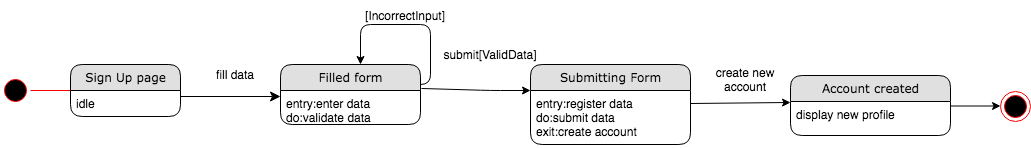
Before: Diagrams/State Chart Diagrams/ST_26 CREATE PERSONAL ACCOUNT.png, a diagram exported from draw.io (kkasharaj17/SE-project). Source tidied: cells renumbered, new cells last; positions are measured from the earlier drawing's top-left corner, leaving out a move shared by most shapes. Its diagram source:
```xml
<mxGraphModel background="#ffffff">
  <root>
    <mxCell id="0" />
    <mxCell id="1" parent="0" />
    <mxCell id="2" style="edgeStyle=orthogonalEdgeStyle;html=1;labelBackgroundColor=none;startFill=0;startSize=8;endFill=1;endSize=8;fontFamily=Verdana;fontSize=12;exitX=1;exitY=0.5;" parent="1" edge="1">
      <mxGeometry relative="1" as="geometry">
        <mxPoint x="180" y="96" as="sourcePoint" />
        <mxPoint x="280" y="96" as="targetPoint" />
      </mxGeometry>
    </mxCell>
    <mxCell id="3" value="[IncorrectInput]" style="text;html=1;strokeColor=none;fillColor=none;align=center;verticalAlign=middle;whiteSpace=wrap;rounded=0;" parent="1" vertex="1">
      <mxGeometry x="370" width="70" height="30" as="geometry" />
    </mxCell>
    <mxCell id="4" style="ellipse;html=1;shape=endState;fillColor=#000000;strokeColor=#ff0000;" parent="1" vertex="1">
      <mxGeometry x="1000" y="91" width="30" height="30" as="geometry" />
    </mxCell>
    <mxCell id="5" style="ellipse;html=1;shape=startState;fillColor=#000000;strokeColor=#ff0000;" parent="1" vertex="1">
      <mxGeometry y="75" width="30" height="30" as="geometry" />
    </mxCell>
    <mxCell id="6" style="edgeStyle=orthogonalEdgeStyle;html=1;verticalAlign=bottom;endArrow=open;endSize=8;strokeColor=#ff0000;" parent="1" edge="1" source="5">
      <mxGeometry relative="1" as="geometry">
        <mxPoint x="90" y="90" as="targetPoint" />
      </mxGeometry>
    </mxCell>
    <mxCell id="7" style="endArrow=classic;html=1;" parent="1" edge="1">
      <mxGeometry relative="1" as="geometry">
        <mxPoint x="944.5" y="105.5" as="sourcePoint" />
        <mxPoint x="1000" y="105.5" as="targetPoint" />
      </mxGeometry>
    </mxCell>
    <mxCell id="8" value="fill data" style="text;html=1;strokeColor=none;fillColor=none;align=center;verticalAlign=middle;whiteSpace=wrap;rounded=0;" parent="1" vertex="1">
      <mxGeometry x="180" y="64" width="110" height="20" as="geometry" />
    </mxCell>
    <mxCell id="9" style="edgeStyle=segmentEdgeStyle;endArrow=classic;html=1;" parent="1" edge="1">
      <mxGeometry relative="1" as="geometry">
        <mxPoint x="410" y="84" as="sourcePoint" />
        <mxPoint x="360" y="64" as="targetPoint" />
        <Array as="points">
          <mxPoint x="410" y="84" />
          <mxPoint x="430" y="84" />
          <mxPoint x="430" y="24" />
          <mxPoint x="360" y="24" />
        </Array>
      </mxGeometry>
    </mxCell>
    <mxCell id="10" style="endArrow=classic;html=1;exitX=1.007;exitY=-0.059;exitDx=0;exitDy=0;exitPerimeter=0;" parent="1" edge="1" source="15">
      <mxGeometry relative="1" as="geometry">
        <mxPoint x="530" y="90" as="targetPoint" />
        <Array as="points">
          <mxPoint x="490" y="90" />
        </Array>
      </mxGeometry>
    </mxCell>
    <mxCell id="11" value="Sign Up page" style="swimlane;html=1;fontStyle=0;horizontal=1;startSize=26;fillColor=#e0e0e0;swimlaneFillColor=#ffffff;align=center;rounded=1;shadow=0;comic=0;labelBackgroundColor=none;strokeWidth=1;fontFamily=Verdana;fontSize=12;" parent="1" vertex="1">
      <mxGeometry x="70" y="64" width="110" height="52" as="geometry" />
    </mxCell>
    <mxCell id="12" value="idle" style="text;html=1;strokeColor=none;fillColor=none;spacingLeft=4;spacingRight=4;whiteSpace=wrap;overflow=hidden;" parent="11" vertex="1">
      <mxGeometry y="26" width="110" height="26" as="geometry" />
    </mxCell>
    <mxCell id="13" value="submit[ValidData]" style="text;html=1;strokeColor=none;fillColor=none;align=center;verticalAlign=middle;whiteSpace=wrap;rounded=0;" parent="1" vertex="1">
      <mxGeometry x="470" y="44" width="40" height="20" as="geometry" />
    </mxCell>
    <mxCell id="14" value="Filled form" style="swimlane;html=1;fontStyle=0;horizontal=1;startSize=26;fillColor=#e0e0e0;swimlaneFillColor=#ffffff;align=center;rounded=1;shadow=0;comic=0;labelBackgroundColor=none;strokeWidth=1;fontFamily=Verdana;fontSize=12;" parent="1" vertex="1">
      <mxGeometry x="280" y="64" width="140" height="60" as="geometry" />
    </mxCell>
    <mxCell id="15" value="entry:enter data&lt;br&gt;do:validate data&lt;br&gt;" style="text;html=1;strokeColor=none;fillColor=none;spacingLeft=4;spacingRight=4;whiteSpace=wrap;overflow=hidden;points=[[0,0.5],[1,0.5]];portConstraint=eastwest;" parent="14" vertex="1">
      <mxGeometry y="26" width="140" height="34" as="geometry" />
    </mxCell>
    <mxCell id="16" value="Submitting Form" style="swimlane;html=1;fontStyle=0;horizontal=1;startSize=26;fillColor=#e0e0e0;swimlaneFillColor=#ffffff;align=center;rounded=1;shadow=0;comic=0;labelBackgroundColor=none;strokeWidth=1;fontFamily=Verdana;fontSize=12;" parent="1" vertex="1">
      <mxGeometry x="530" y="64" width="160" height="80" as="geometry" />
    </mxCell>
    <mxCell id="17" value="entry:register data&lt;br&gt;do:submit data&lt;br&gt;exit:create account" style="text;html=1;strokeColor=none;fillColor=none;spacingLeft=4;spacingRight=4;whiteSpace=wrap;overflow=hidden;" parent="16" vertex="1">
      <mxGeometry y="26" width="160" height="54" as="geometry" />
    </mxCell>
    <mxCell id="18" style="endArrow=classic;html=1;entryX=0;entryY=0.029;entryDx=0;entryDy=0;entryPerimeter=0;" parent="1" edge="1" target="21">
      <mxGeometry relative="1" as="geometry">
        <mxPoint x="690" y="103" as="sourcePoint" />
      </mxGeometry>
    </mxCell>
    <mxCell id="19" value="create new account" style="text;html=1;strokeColor=none;fillColor=none;align=center;verticalAlign=middle;whiteSpace=wrap;rounded=0;" parent="1" vertex="1">
      <mxGeometry x="710" y="64" width="70" height="30" as="geometry" />
    </mxCell>
    <mxCell id="20" value="Account created" style="swimlane;html=1;fontStyle=0;horizontal=1;startSize=26;fillColor=#e0e0e0;swimlaneFillColor=#ffffff;align=center;rounded=1;shadow=0;comic=0;labelBackgroundColor=none;strokeWidth=1;fontFamily=Verdana;fontSize=12;" parent="1" vertex="1">
      <mxGeometry x="790" y="75" width="160" height="60" as="geometry" />
    </mxCell>
    <mxCell id="21" value="display new profile" style="text;html=1;strokeColor=none;fillColor=none;spacingLeft=4;spacingRight=4;whiteSpace=wrap;overflow=hidden;points=[[0,0.5],[1,0.5]];portConstraint=eastwest;" parent="20" vertex="1">
      <mxGeometry y="26" width="160" height="34" as="geometry" />
    </mxCell>
  </root>
</mxGraphModel>
```
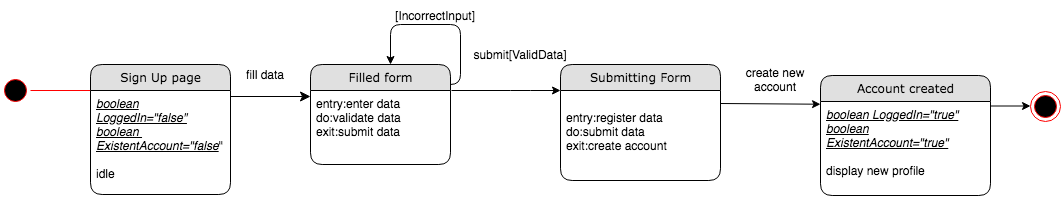
Later version of the same file.

Diff of the diagram source:
```diff
@@ -15,7 +15,7 @@
       <mxGeometry x="1000" y="91" width="30" height="30" as="geometry" />
     </mxCell>
     <mxCell id="5" style="ellipse;html=1;shape=startState;fillColor=#000000;strokeColor=#ff0000;" parent="1" vertex="1">
-      <mxGeometry y="75" width="30" height="30" as="geometry" />
+      <mxGeometry x="-30" y="75" width="30" height="30" as="geometry" />
     </mxCell>
     <mxCell id="6" style="edgeStyle=orthogonalEdgeStyle;html=1;verticalAlign=bottom;endArrow=open;endSize=8;strokeColor=#ff0000;" parent="1" edge="1" source="5">
       <mxGeometry relative="1" as="geometry">
@@ -43,8 +43,9 @@
         </Array>
       </mxGeometry>
     </mxCell>
-    <mxCell id="10" style="endArrow=classic;html=1;exitX=1.007;exitY=-0.059;exitDx=0;exitDy=0;exitPerimeter=0;" parent="1" edge="1" source="15">
+    <mxCell id="10" style="endArrow=classic;html=1;" parent="1" edge="1">
       <mxGeometry relative="1" as="geometry">
+        <mxPoint x="421" y="90" as="sourcePoint" />
         <mxPoint x="530" y="90" as="targetPoint" />
         <Array as="points">
           <mxPoint x="490" y="90" />
@@ -52,25 +53,25 @@
       </mxGeometry>
     </mxCell>
     <mxCell id="11" value="Sign Up page" style="swimlane;html=1;fontStyle=0;horizontal=1;startSize=26;fillColor=#e0e0e0;swimlaneFillColor=#ffffff;align=center;rounded=1;shadow=0;comic=0;labelBackgroundColor=none;strokeWidth=1;fontFamily=Verdana;fontSize=12;" parent="1" vertex="1">
-      <mxGeometry x="70" y="64" width="110" height="52" as="geometry" />
+      <mxGeometry x="60" y="64" width="140" height="130" as="geometry" />
     </mxCell>
-    <mxCell id="12" value="idle" style="text;html=1;strokeColor=none;fillColor=none;spacingLeft=4;spacingRight=4;whiteSpace=wrap;overflow=hidden;" parent="11" vertex="1">
-      <mxGeometry y="26" width="110" height="26" as="geometry" />
+    <mxCell id="12" value="&lt;i&gt;&lt;u&gt;boolean LoggedIn=&quot;false&quot;&lt;br&gt;boolean&amp;nbsp;&lt;/u&gt;&lt;/i&gt;&lt;br&gt;&lt;u style=&quot;font-style: italic&quot;&gt;ExistentAccount=&quot;false&lt;/u&gt;&quot;&lt;br&gt;&lt;br&gt;idle" style="text;html=1;strokeColor=none;fillColor=none;spacingLeft=4;spacingRight=4;whiteSpace=wrap;overflow=hidden;" parent="11" vertex="1">
+      <mxGeometry y="26" width="140" height="104" as="geometry" />
     </mxCell>
     <mxCell id="13" value="submit[ValidData]" style="text;html=1;strokeColor=none;fillColor=none;align=center;verticalAlign=middle;whiteSpace=wrap;rounded=0;" parent="1" vertex="1">
       <mxGeometry x="470" y="44" width="40" height="20" as="geometry" />
     </mxCell>
     <mxCell id="14" value="Filled form" style="swimlane;html=1;fontStyle=0;horizontal=1;startSize=26;fillColor=#e0e0e0;swimlaneFillColor=#ffffff;align=center;rounded=1;shadow=0;comic=0;labelBackgroundColor=none;strokeWidth=1;fontFamily=Verdana;fontSize=12;" parent="1" vertex="1">
-      <mxGeometry x="280" y="64" width="140" height="60" as="geometry" />
+      <mxGeometry x="280" y="64" width="140" height="100" as="geometry" />
     </mxCell>
-    <mxCell id="15" value="entry:enter data&lt;br&gt;do:validate data&lt;br&gt;" style="text;html=1;strokeColor=none;fillColor=none;spacingLeft=4;spacingRight=4;whiteSpace=wrap;overflow=hidden;points=[[0,0.5],[1,0.5]];portConstraint=eastwest;" parent="14" vertex="1">
-      <mxGeometry y="26" width="140" height="34" as="geometry" />
+    <mxCell id="15" value="entry:enter data&lt;br&gt;do:validate data&lt;br&gt;exit:submit data" style="text;html=1;strokeColor=none;fillColor=none;spacingLeft=4;spacingRight=4;whiteSpace=wrap;overflow=hidden;points=[[0,0.5],[1,0.5]];portConstraint=eastwest;" parent="14" vertex="1">
+      <mxGeometry y="26" width="140" height="74" as="geometry" />
     </mxCell>
     <mxCell id="16" value="Submitting Form" style="swimlane;html=1;fontStyle=0;horizontal=1;startSize=26;fillColor=#e0e0e0;swimlaneFillColor=#ffffff;align=center;rounded=1;shadow=0;comic=0;labelBackgroundColor=none;strokeWidth=1;fontFamily=Verdana;fontSize=12;" parent="1" vertex="1">
-      <mxGeometry x="530" y="64" width="160" height="80" as="geometry" />
+      <mxGeometry x="530" y="64" width="160" height="116" as="geometry" />
     </mxCell>
-    <mxCell id="17" value="entry:register data&lt;br&gt;do:submit data&lt;br&gt;exit:create account" style="text;html=1;strokeColor=none;fillColor=none;spacingLeft=4;spacingRight=4;whiteSpace=wrap;overflow=hidden;" parent="16" vertex="1">
-      <mxGeometry y="26" width="160" height="54" as="geometry" />
+    <mxCell id="17" value="&lt;br&gt;entry:register data&lt;br&gt;do:submit data&lt;br&gt;exit:create account" style="text;html=1;strokeColor=none;fillColor=none;spacingLeft=4;spacingRight=4;whiteSpace=wrap;overflow=hidden;" parent="16" vertex="1">
+      <mxGeometry y="26" width="160" height="84" as="geometry" />
     </mxCell>
     <mxCell id="18" style="endArrow=classic;html=1;entryX=0;entryY=0.029;entryDx=0;entryDy=0;entryPerimeter=0;" parent="1" edge="1" target="21">
       <mxGeometry relative="1" as="geometry">
@@ -81,10 +82,10 @@
       <mxGeometry x="710" y="64" width="70" height="30" as="geometry" />
     </mxCell>
     <mxCell id="20" value="Account created" style="swimlane;html=1;fontStyle=0;horizontal=1;startSize=26;fillColor=#e0e0e0;swimlaneFillColor=#ffffff;align=center;rounded=1;shadow=0;comic=0;labelBackgroundColor=none;strokeWidth=1;fontFamily=Verdana;fontSize=12;" parent="1" vertex="1">
-      <mxGeometry x="790" y="75" width="160" height="60" as="geometry" />
+      <mxGeometry x="790" y="75" width="170" height="120" as="geometry" />
     </mxCell>
-    <mxCell id="21" value="display new profile" style="text;html=1;strokeColor=none;fillColor=none;spacingLeft=4;spacingRight=4;whiteSpace=wrap;overflow=hidden;points=[[0,0.5],[1,0.5]];portConstraint=eastwest;" parent="20" vertex="1">
-      <mxGeometry y="26" width="160" height="34" as="geometry" />
+    <mxCell id="21" value="&lt;i&gt;&lt;u&gt;boolean LoggedIn=&quot;true&quot;&lt;/u&gt;&lt;/i&gt;&lt;br&gt;&lt;i&gt;&lt;u&gt;boolean ExistentAccount=&quot;true&quot;&lt;br&gt;&lt;/u&gt;&lt;/i&gt;&lt;br&gt;display new profile" style="text;html=1;strokeColor=none;fillColor=none;spacingLeft=4;spacingRight=4;whiteSpace=wrap;overflow=hidden;points=[[0,0.5],[1,0.5]];portConstraint=eastwest;" parent="20" vertex="1">
+      <mxGeometry y="26" width="170" height="94" as="geometry" />
     </mxCell>
   </root>
 </mxGraphModel>
```
